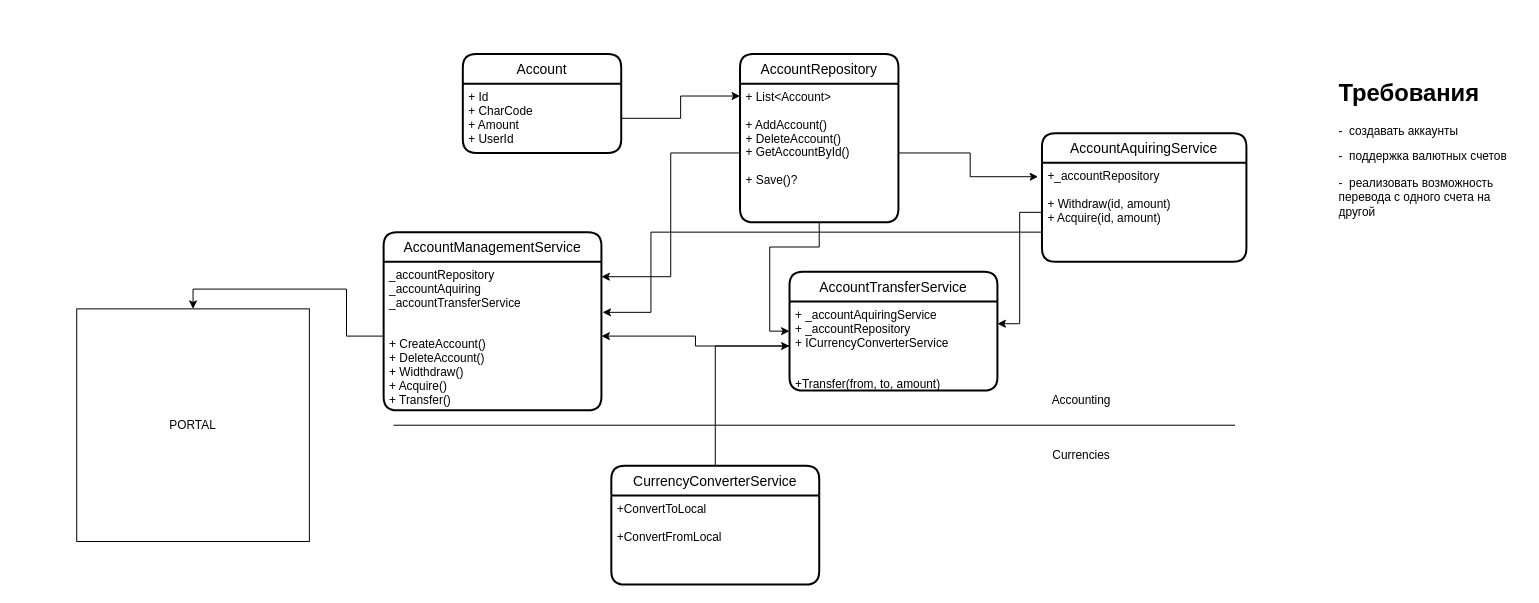
Above: ConsoleBank-main/Diagram.drawio in C0baltt/LinqSample (draw.io), before the change. Source tidied: cells renumbered, new cells numbered last; positions are measured from the earlier drawing's top-left corner, leaving out a move shared by most shapes. Both pictures are drawn from the tidied source at 99%, with x=0, y=0 at pixel (76, 53).
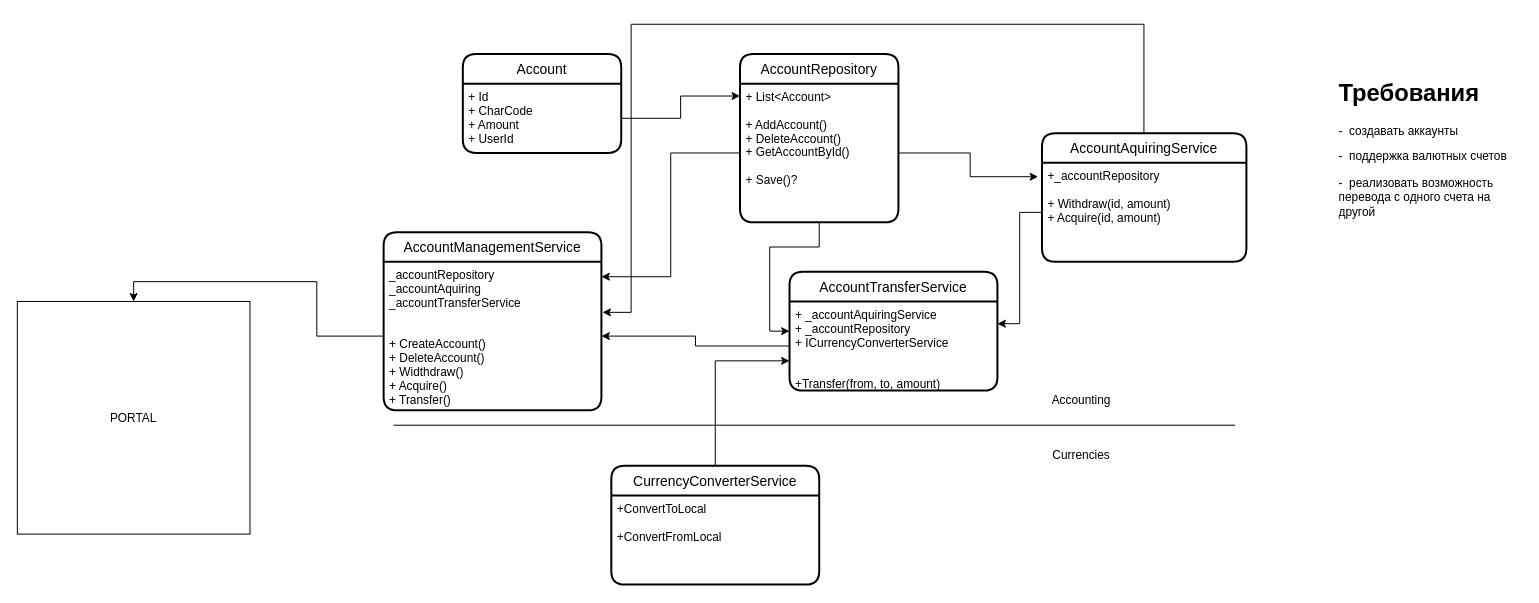
The same diagram, later.

Unchanged cells that the change refers to:
```xml
<mxCell id="9" value="+_accountRepository&#10;&#10;+ Withdraw(id, amount)&#10;+ Acquire(id, amount)" style="align=left;strokeColor=none;fillColor=none;spacingLeft=4;fontSize=12;verticalAlign=top;" parent="8" vertex="1">
  <mxGeometry y="30" width="206.5" height="100" as="geometry" />
</mxCell>
<mxCell id="12" value="+ _accountAquiringService&#10;+ _accountRepository&#10;+ ICurrencyConverterService&#10;&#10;&#10;+Transfer(from, to, amount)&#10;" style="align=left;strokeColor=none;fillColor=none;spacingLeft=4;fontSize=12;verticalAlign=top;" parent="11" vertex="1">
  <mxGeometry y="30" width="210" height="90" as="geometry" />
</mxCell>
<mxCell id="14" value="_accountRepository&#10;_accountAquiring&#10;_accountTransferService&#10;&#10;&#10;+ CreateAccount()&#10;+ DeleteAccount()&#10;+ Widthdraw()&#10;+ Acquire()&#10;+ Transfer()" style="align=left;strokeColor=none;fillColor=none;spacingLeft=4;fontSize=12;verticalAlign=top;" parent="13" vertex="1">
  <mxGeometry y="30" width="220" height="150" as="geometry" />
</mxCell>
<mxCell id="17" value="CurrencyConverterService" style="swimlane;horizontal=1;startSize=30;rounded=1;fontSize=14;fontStyle=0;strokeWidth=2;shadow=0;dashed=0;align=center;" parent="1" vertex="1">
  <mxGeometry x="540" y="416" width="210" height="120" as="geometry" />
</mxCell>
```

Change to the diagram source:
```diff
@@
-    <mxCell id="16" style="edgeStyle=orthogonalEdgeStyle;rounded=0;jettySize=auto;html=1;entryX=0;entryY=0.5;entryDx=0;entryDy=0;" parent="1" edge="1" source="17" target="12">
-      <mxGeometry relative="1" as="geometry" />
+    <mxCell id="16" style="edgeStyle=orthogonalEdgeStyle;rounded=0;jettySize=auto;html=1;" parent="1" edge="1" source="17">
+      <mxGeometry relative="1" as="geometry">
+        <mxPoint x="720" y="310" as="targetPoint" />
+        <Array as="points">
+          <mxPoint x="645" y="310" />
+          <mxPoint x="720" y="310" />
+        </Array>
+      </mxGeometry>
     </mxCell>
@@
     <mxCell id="23" value="PORTAL" style="whiteSpace=wrap;html=1;" parent="1" vertex="1">
-      <mxGeometry y="257.5" width="235" height="235" as="geometry" />
+      <mxGeometry x="-60" y="250" width="235" height="235" as="geometry" />
     </mxCell>
@@
-    <mxCell id="26" style="edgeStyle=orthogonalEdgeStyle;rounded=0;jettySize=auto;html=1;entryX=1.005;entryY=0.34;entryDx=0;entryDy=0;entryPerimeter=0;" parent="1" edge="1" source="9" target="14">
+    <mxCell id="26" style="edgeStyle=orthogonalEdgeStyle;rounded=0;jettySize=auto;html=1;entryX=1.005;entryY=0.34;entryDx=0;entryDy=0;entryPerimeter=0;" parent="1" edge="1" target="14">
       <mxGeometry relative="1" as="geometry">
+        <mxPoint x="1078" y="80" as="sourcePoint" />
         <Array as="points">
-          <mxPoint x="580" y="180" />
-          <mxPoint x="580" y="261" />
+          <mxPoint x="1078" y="-30" />
+          <mxPoint x="560" y="-30" />
+          <mxPoint x="560" y="261" />
         </Array>
       </mxGeometry>
     </mxCell>
```
